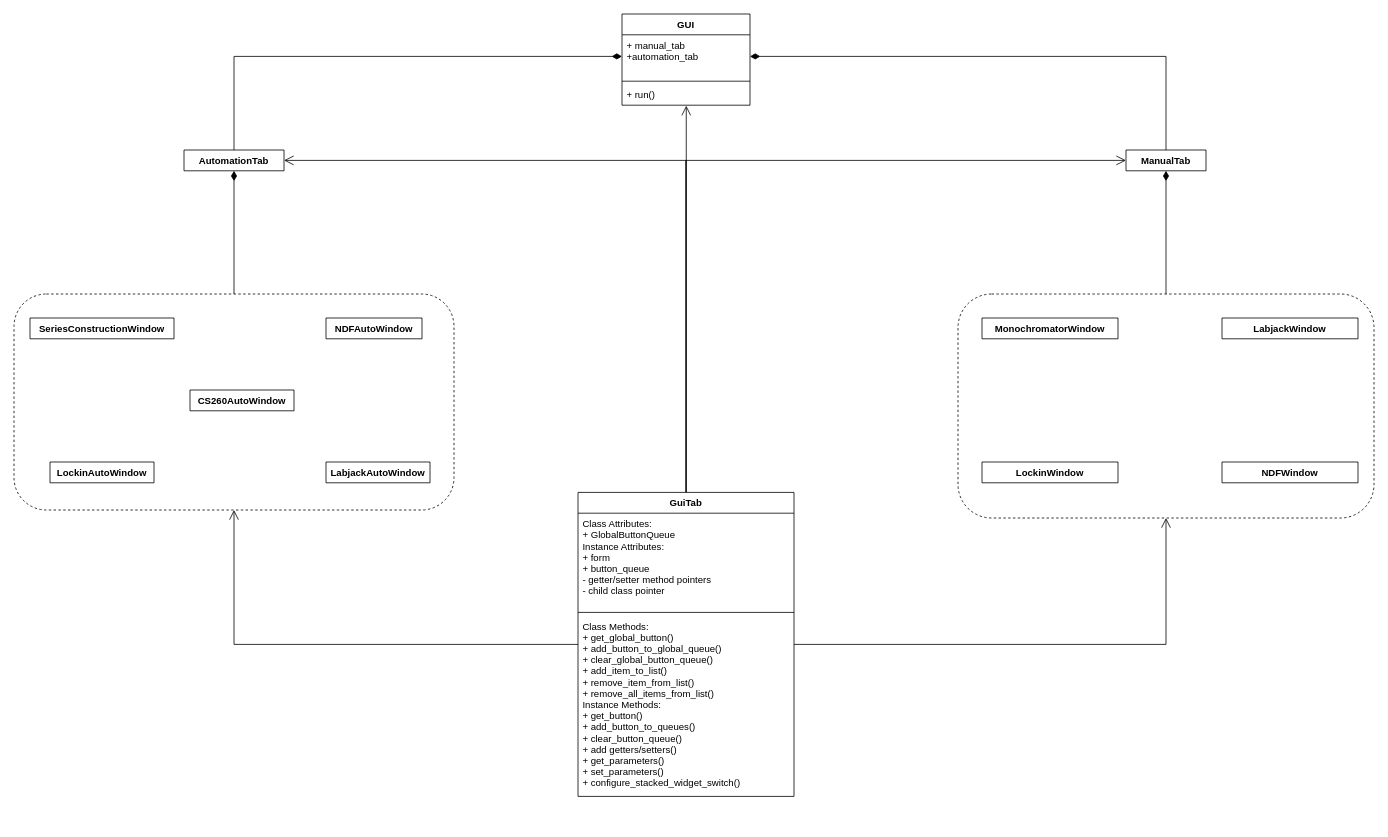
Above: SPHEREx-Calibration-Automation/diagrams_and_presentations/GUI_UML.drawio in samcondon4/SPHEREx-lab-tools (draw.io), before the change. Source tidied: cells renumbered, new cells numbered last; positions are measured from the earlier drawing's top-left corner, leaving out a move shared by most shapes. Both pictures are drawn from the tidied source at 80%, with x=0, y=0 at pixel (14, 14).
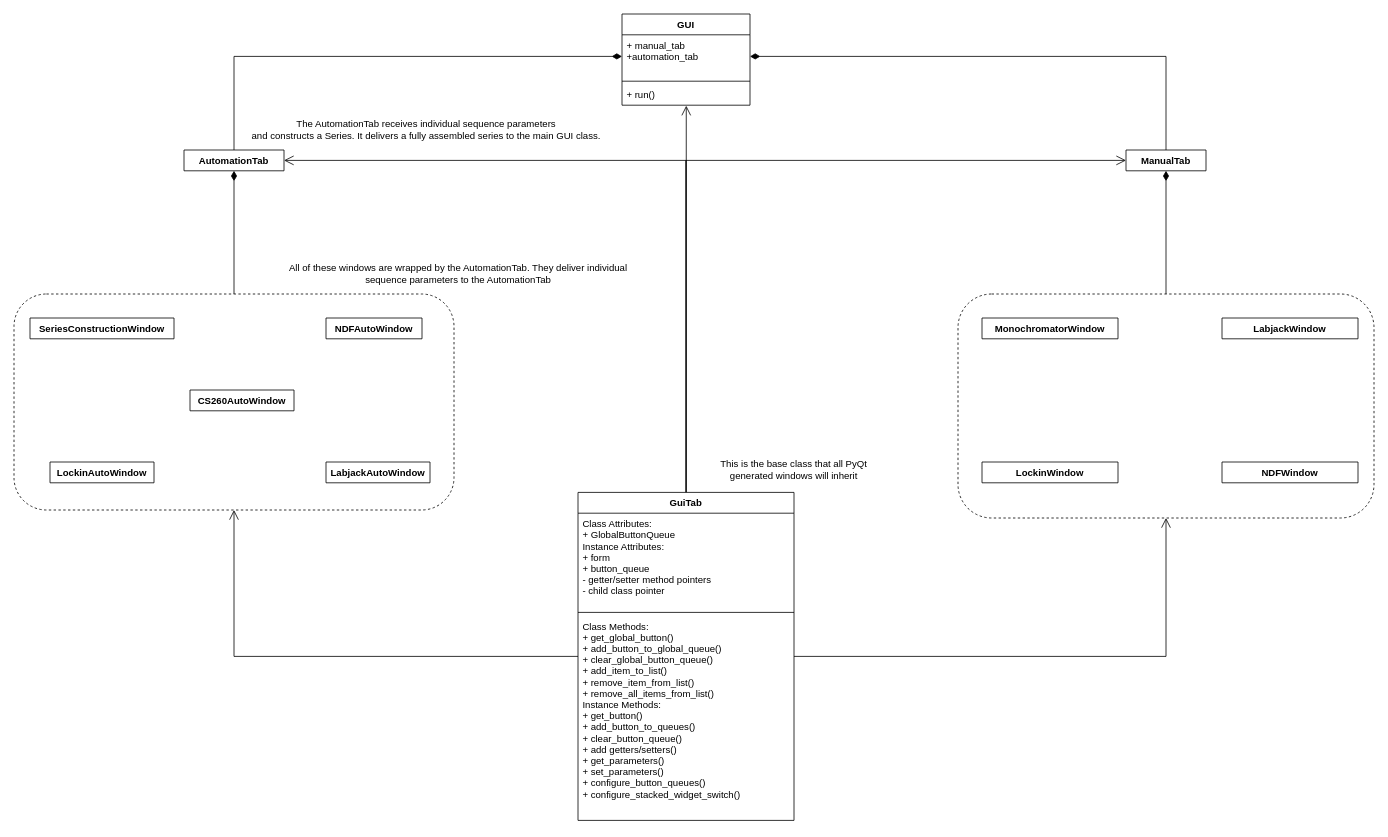
Above is the later version.

Change to the diagram source:
```diff
@@
     <mxCell id="15" value="GuiTab" style="swimlane;fontStyle=1;align=center;verticalAlign=top;horizontal=1;startSize=26;" parent="1" vertex="1">
-      <mxGeometry x="705" y="598" width="270" height="380" as="geometry" />
+      <mxGeometry x="705" y="598" width="270" height="410" as="geometry" />
     </mxCell>
@@
-    <mxCell id="18" value="Class Methods:&#10;+ get_global_button()&#10;+ add_button_to_global_queue()&#10;+ clear_global_button_queue()&#10;+ add_item_to_list()&#10;+ remove_item_from_list()&#10;+ remove_all_items_from_list()&#10;Instance Methods:&#10;+ get_button()&#10;+ add_button_to_queues()&#10;+ clear_button_queue()&#10;+ add getters/setters()&#10;+ get_parameters()&#10;+ set_parameters()&#10;+ configure_stacked_widget_switch()" style="text;strokeColor=none;fillColor=none;align=left;verticalAlign=top;spacingLeft=4;spacingRight=4;overflow=hidden;" parent="15" vertex="1">
-      <mxGeometry y="154" width="270" height="226" as="geometry" />
+    <mxCell id="18" value="Class Methods:&#10;+ get_global_button()&#10;+ add_button_to_global_queue()&#10;+ clear_global_button_queue()&#10;+ add_item_to_list()&#10;+ remove_item_from_list()&#10;+ remove_all_items_from_list()&#10;Instance Methods:&#10;+ get_button()&#10;+ add_button_to_queues()&#10;+ clear_button_queue()&#10;+ add getters/setters()&#10;+ get_parameters()&#10;+ set_parameters()&#10;+ configure_button_queues()&#10;+ configure_stacked_widget_switch()" style="text;strokeColor=none;fillColor=none;align=left;verticalAlign=top;spacingLeft=4;spacingRight=4;overflow=hidden;" parent="15" vertex="1">
+      <mxGeometry y="154" width="270" height="256" as="geometry" />
     </mxCell>
@@
+    <mxCell id="32" value="This is the base class that all PyQt generated windows will inherit" style="text;html=1;strokeColor=none;fillColor=none;align=center;verticalAlign=middle;whiteSpace=wrap;rounded=0;" parent="1" vertex="1">
+      <mxGeometry x="880" y="560" width="190" height="20" as="geometry" />
+    </mxCell>
+    <mxCell id="33" value="All of these windows are wrapped by the AutomationTab. They deliver individual &lt;br&gt;sequence parameters to the AutomationTab" style="text;html=1;align=center;verticalAlign=middle;strokeColor=none;" parent="1" vertex="1">
+      <mxGeometry x="335" y="310" width="440" height="30" as="geometry" />
+    </mxCell>
+    <mxCell id="34" value="The AutomationTab receives individual sequence parameters&lt;br&gt;and constructs a Series. It delivers a fully assembled series to the main GUI class." style="text;html=1;align=center;verticalAlign=middle;strokeColor=none;" parent="1" vertex="1">
+      <mxGeometry x="290" y="130" width="450" height="30" as="geometry" />
+    </mxCell>
```
